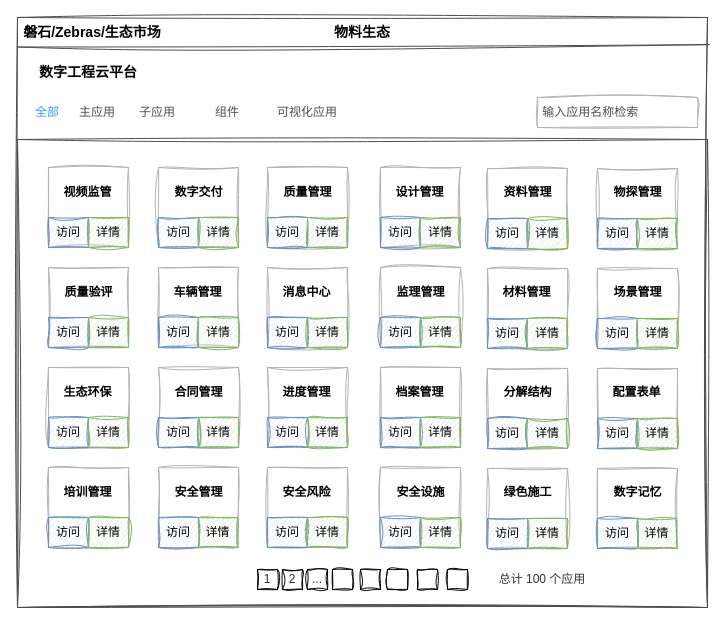
Earlier version of the draw.io diagram 低代码—物料市场.drawio (tangyaosimida/love). Source tidied: cells renumbered, new cells numbered last; positions are measured from the earlier drawing's top-left corner, leaving out a move shared by most shapes. Both pictures are drawn from the tidied source at 100%, with x=0, y=0 at pixel (17, 17).
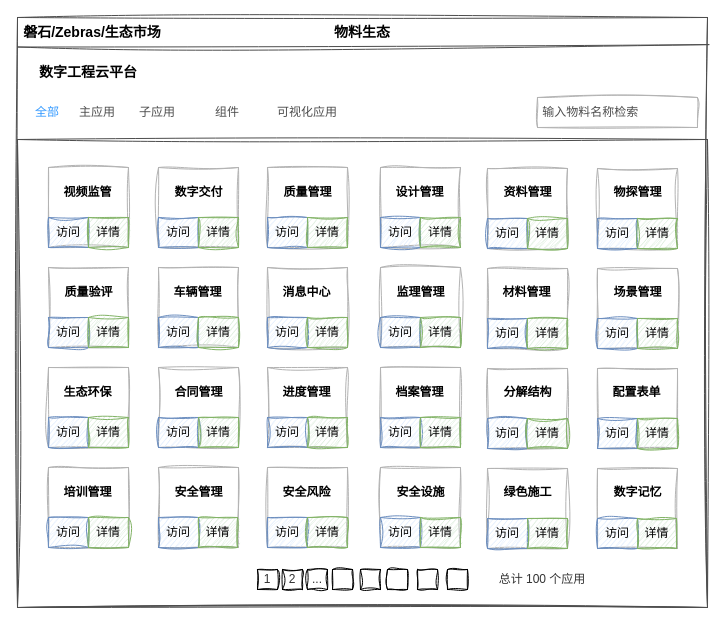
Above is the later version.

Commit message (it also covers changes not shown here):
更新低代码—物料市场.drawio

Change to the diagram source:
```diff
@@
-    <mxCell id="7" value="&lt;font color=&quot;#4d4d4d&quot;&gt;&amp;nbsp;输入应用名称检索&lt;/font&gt;" style="text;html=1;align=left;verticalAlign=middle;whiteSpace=wrap;rounded=0;strokeColor=#B3B3B3;shadow=0;sketch=1;curveFitting=1;jiggle=2;" parent="1" vertex="1">
+    <mxCell id="7" value="&lt;font color=&quot;#4d4d4d&quot;&gt;&amp;nbsp;输入物料名称检索&lt;/font&gt;" style="text;html=1;align=left;verticalAlign=middle;whiteSpace=wrap;rounded=0;strokeColor=#B3B3B3;shadow=0;sketch=1;curveFitting=1;jiggle=2;" parent="1" vertex="1">
       <mxGeometry x="520" y="80" width="160" height="30" as="geometry" />
     </mxCell>
```
